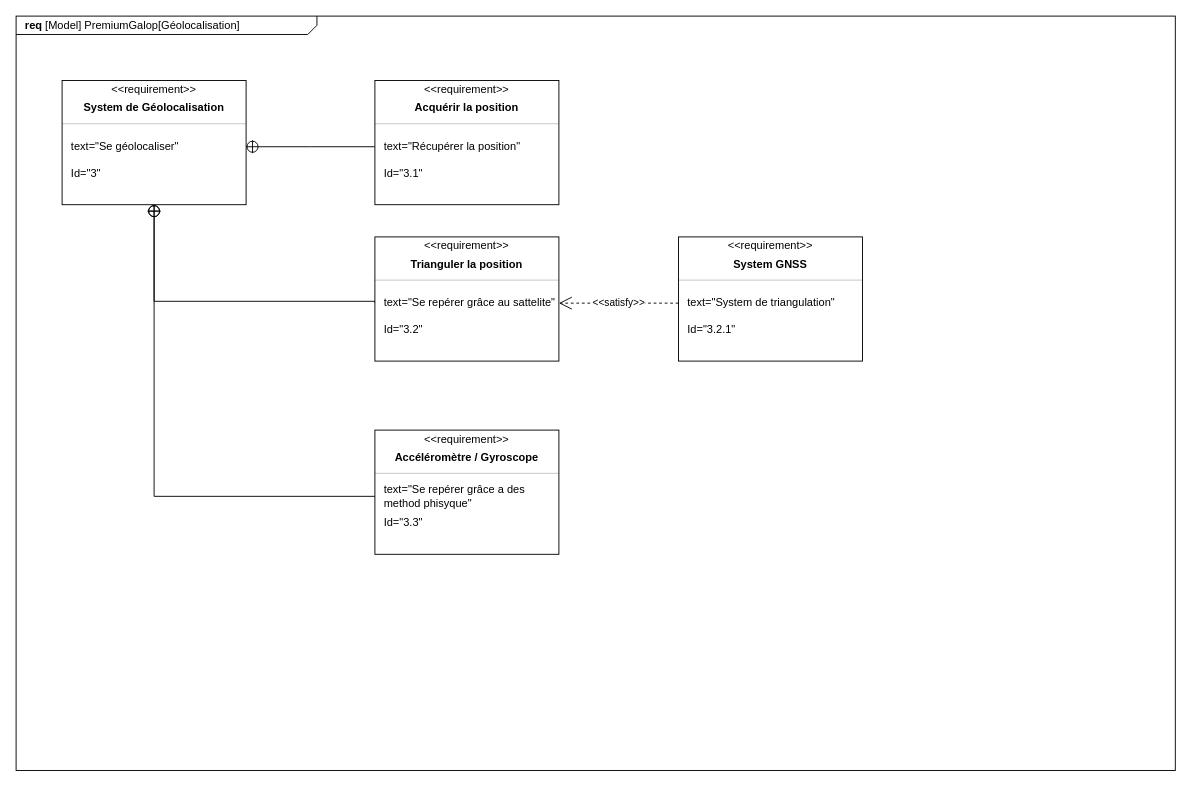
Earlier version of the draw.io diagram SYSML/Requirement/D-Requirement_Orientation-T1.drawio (ToGen49/Hippodrome). Source tidied: cells renumbered, new cells numbered last; positions are measured from the earlier drawing's top-left corner, leaving out a move shared by most shapes. Both pictures are drawn from the tidied source at 92%, with x=0, y=0 at pixel (16, 16).
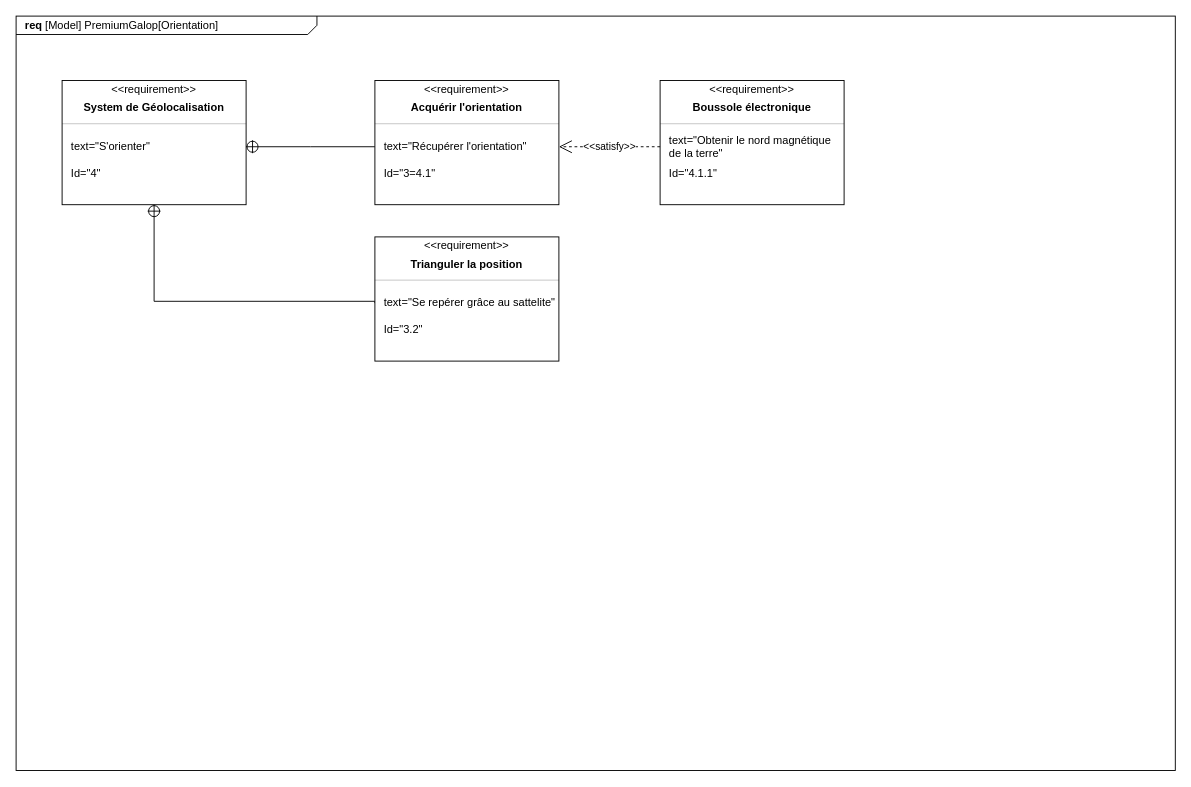
The same diagram, later.

Commit message:
Mettre à jour D-Requirement_Orientation-T1.drawio

The change refers to these unchanged cells:
```xml
<mxCell id="3" style="fontStyle=1;align=center;verticalAlign=middle;horizontal=1;" parent="1" vertex="1">
  <mxGeometry x="50" y="70" width="200" height="135" as="geometry" />
</mxCell>
<mxCell id="9" style="html=1;align=center;spacing=0;verticalAlign=middle;strokeColor=none;fillColor=none;whiteSpace=wrap;" parent="3" vertex="1">
  <mxGeometry y="109" width="200" height="26" as="geometry" />
</mxCell>
<mxCell id="12" style="fontStyle=1;align=center;verticalAlign=middle;horizontal=1;" parent="1" vertex="1">
  <mxGeometry x="390" y="70" width="200" height="135" as="geometry" />
</mxCell>
<mxCell id="23" value="text=&quot;Se repérer grâce au sattelite&quot;" style="html=1;align=left;spacing=0;verticalAlign=middle;strokeColor=none;fillColor=none;whiteSpace=wrap;spacingLeft=10;" parent="19" vertex="1">
  <mxGeometry y="51" width="200" height="42" as="geometry" />
</mxCell>
```

The edit, as a diff of the source:
```diff
@@
-    <mxCell id="2" value="&lt;p style=&quot;margin: 0px ; margin-top: 4px ; margin-left: 10px ; text-align: left&quot;&gt;&lt;b&gt;req&lt;/b&gt; [Model] PremiumGalop[Géolocalisation]&lt;/p&gt;" style="html=1;strokeWidth=1;shape=mxgraph.sysml.package;html=1;overflow=fill;whiteSpace=wrap;fillColor=none;gradientColor=none;fontSize=12;align=center;labelX=327.64;" parent="1" vertex="1">
+    <mxCell id="2" value="&lt;p style=&quot;margin: 0px ; margin-top: 4px ; margin-left: 10px ; text-align: left&quot;&gt;&lt;b&gt;req&lt;/b&gt; [Model] PremiumGalop[Orientation]&lt;/p&gt;" style="html=1;strokeWidth=1;shape=mxgraph.sysml.package;html=1;overflow=fill;whiteSpace=wrap;fillColor=none;gradientColor=none;fontSize=12;align=center;labelX=327.64;" parent="1" vertex="1">
       <mxGeometry width="1260" height="820" as="geometry" />
     </mxCell>
@@
-    <mxCell id="7" value="text=&quot;Se géolocaliser&quot;" style="html=1;align=left;spacing=0;verticalAlign=middle;strokeColor=none;fillColor=none;whiteSpace=wrap;spacingLeft=10;" parent="3" vertex="1">
+    <mxCell id="7" value="text=&quot;S'orienter&quot;" style="html=1;align=left;spacing=0;verticalAlign=middle;strokeColor=none;fillColor=none;whiteSpace=wrap;spacingLeft=10;" parent="3" vertex="1">
       <mxGeometry y="51" width="200" height="42" as="geometry" />
     </mxCell>
-    <mxCell id="8" value="Id=&quot;3&lt;span style=&quot;background-color: transparent; color: light-dark(rgb(0, 0, 0), rgb(255, 255, 255));&quot;&gt;&quot;&lt;/span&gt;" style="html=1;align=left;spacing=0;verticalAlign=middle;strokeColor=none;fillColor=none;whiteSpace=wrap;spacingLeft=10;" parent="3" vertex="1">
+    <mxCell id="8" value="Id=&quot;4&lt;span style=&quot;background-color: transparent; color: light-dark(rgb(0, 0, 0), rgb(255, 255, 255));&quot;&gt;&quot;&lt;/span&gt;" style="html=1;align=left;spacing=0;verticalAlign=middle;strokeColor=none;fillColor=none;whiteSpace=wrap;spacingLeft=10;" parent="3" vertex="1">
       <mxGeometry y="93" width="200" height="16" as="geometry" />
     </mxCell>
@@
-    <mxCell id="14" value="Acquérir la position" style="html=1;align=center;spacing=0;verticalAlign=middle;strokeColor=none;fillColor=none;whiteSpace=wrap;fontStyle=1;" parent="12" vertex="1">
+    <mxCell id="14" value="Acquérir l'orientation" style="html=1;align=center;spacing=0;verticalAlign=middle;strokeColor=none;fillColor=none;whiteSpace=wrap;fontStyle=1;" parent="12" vertex="1">
       <mxGeometry y="16" width="200" height="27" as="geometry" />
     </mxCell>
@@
-    <mxCell id="16" value="text=&quot;Récupérer la position&quot;" style="html=1;align=left;spacing=0;verticalAlign=middle;strokeColor=none;fillColor=none;whiteSpace=wrap;spacingLeft=10;" parent="12" vertex="1">
+    <mxCell id="16" value="text=&quot;Récupérer l'orientation&quot;" style="html=1;align=left;spacing=0;verticalAlign=middle;strokeColor=none;fillColor=none;whiteSpace=wrap;spacingLeft=10;" parent="12" vertex="1">
       <mxGeometry y="51" width="200" height="42" as="geometry" />
     </mxCell>
-    <mxCell id="17" value="Id=&quot;3.1&lt;span style=&quot;background-color: transparent; color: light-dark(rgb(0, 0, 0), rgb(255, 255, 255));&quot;&gt;&quot;&lt;/span&gt;" style="html=1;align=left;spacing=0;verticalAlign=middle;strokeColor=none;fillColor=none;whiteSpace=wrap;spacingLeft=10;" parent="12" vertex="1">
+    <mxCell id="17" value="Id=&quot;3=4.1&lt;span style=&quot;background-color: transparent; color: light-dark(rgb(0, 0, 0), rgb(255, 255, 255));&quot;&gt;&quot;&lt;/span&gt;" style="html=1;align=left;spacing=0;verticalAlign=middle;strokeColor=none;fillColor=none;whiteSpace=wrap;spacingLeft=10;" parent="12" vertex="1">
       <mxGeometry y="93" width="200" height="16" as="geometry" />
     </mxCell>
@@
-    <mxCell id="26" style="fontStyle=1;align=center;verticalAlign=middle;horizontal=1;" parent="1" vertex="1">
-      <mxGeometry x="720" y="240" width="200" height="135" as="geometry" />
-    </mxCell>
-    <mxCell id="27" value="&amp;lt;&amp;lt;requirement&amp;gt;&amp;gt;" style="html=1;align=center;spacing=0;verticalAlign=middle;strokeColor=none;fillColor=none;whiteSpace=wrap;spacingTop=3;" parent="26" vertex="1">
-      <mxGeometry width="200" height="16" as="geometry" />
-    </mxCell>
-    <mxCell id="28" value="System GNSS" style="html=1;align=center;spacing=0;verticalAlign=middle;strokeColor=none;fillColor=none;whiteSpace=wrap;fontStyle=1;" parent="26" vertex="1">
-      <mxGeometry y="16" width="200" height="27" as="geometry" />
-    </mxCell>
-    <mxCell id="29" style="line;strokeWidth=0.25;fillColor=none;align=left;verticalAlign=middle;spacingTop=-1;spacingLeft=3;spacingRight=3;labelPosition=right;" parent="26" vertex="1">
-      <mxGeometry y="43" width="200" height="8" as="geometry" />
-    </mxCell>
-    <mxCell id="30" value="text=&quot;System de triangulation&quot;" style="html=1;align=left;spacing=0;verticalAlign=middle;strokeColor=none;fillColor=none;whiteSpace=wrap;spacingLeft=10;" parent="26" vertex="1">
-      <mxGeometry y="51" width="200" height="42" as="geometry" />
-    </mxCell>
-    <mxCell id="31" value="Id=&quot;3.2.1&lt;span style=&quot;background-color: transparent; color: light-dark(rgb(0, 0, 0), rgb(255, 255, 255));&quot;&gt;&quot;&lt;/span&gt;" style="html=1;align=left;spacing=0;verticalAlign=middle;strokeColor=none;fillColor=none;whiteSpace=wrap;spacingLeft=10;" parent="26" vertex="1">
-      <mxGeometry y="93" width="200" height="16" as="geometry" />
-    </mxCell>
-    <mxCell id="32" style="html=1;align=center;spacing=0;verticalAlign=middle;strokeColor=none;fillColor=none;whiteSpace=wrap;" parent="26" vertex="1">
-      <mxGeometry y="109" width="200" height="26" as="geometry" />
-    </mxCell>
-    <mxCell id="33" style="fontStyle=1;align=center;verticalAlign=middle;horizontal=1;" parent="1" vertex="1">
-      <mxGeometry x="390" y="450" width="200" height="135" as="geometry" />
-    </mxCell>
-    <mxCell id="34" value="&amp;lt;&amp;lt;requirement&amp;gt;&amp;gt;" style="html=1;align=center;spacing=0;verticalAlign=middle;strokeColor=none;fillColor=none;whiteSpace=wrap;spacingTop=3;" parent="33" vertex="1">
-      <mxGeometry width="200" height="16" as="geometry" />
-    </mxCell>
-    <mxCell id="35" value="Accéléromètre / Gyroscope" style="html=1;align=center;spacing=0;verticalAlign=middle;strokeColor=none;fillColor=none;whiteSpace=wrap;fontStyle=1;" parent="33" vertex="1">
-      <mxGeometry y="16" width="200" height="27" as="geometry" />
-    </mxCell>
-    <mxCell id="36" style="line;strokeWidth=0.25;fillColor=none;align=left;verticalAlign=middle;spacingTop=-1;spacingLeft=3;spacingRight=3;labelPosition=right;" parent="33" vertex="1">
-      <mxGeometry y="43" width="200" height="8" as="geometry" />
-    </mxCell>
-    <mxCell id="37" value="text=&quot;Se repérer grâce a des method phisyque&quot;" style="html=1;align=left;spacing=0;verticalAlign=middle;strokeColor=none;fillColor=none;whiteSpace=wrap;spacingLeft=10;" parent="33" vertex="1">
-      <mxGeometry y="51" width="200" height="42" as="geometry" />
-    </mxCell>
-    <mxCell id="38" value="Id=&quot;3.3&lt;span style=&quot;background-color: transparent; color: light-dark(rgb(0, 0, 0), rgb(255, 255, 255));&quot;&gt;&quot;&lt;/span&gt;" style="html=1;align=left;spacing=0;verticalAlign=middle;strokeColor=none;fillColor=none;whiteSpace=wrap;spacingLeft=10;" parent="33" vertex="1">
-      <mxGeometry y="93" width="200" height="16" as="geometry" />
-    </mxCell>
-    <mxCell id="39" style="html=1;align=center;spacing=0;verticalAlign=middle;strokeColor=none;fillColor=none;whiteSpace=wrap;" parent="33" vertex="1">
-      <mxGeometry y="109" width="200" height="26" as="geometry" />
-    </mxCell>
-    <mxCell id="40" style="rounded=0;html=1;labelBackgroundColor=none;endArrow=none;edgeStyle=elbowEdgeStyle;elbow=vertical;startArrow=sysMLPackCont;startSize=12;exitX=0.5;exitY=1;exitDx=0;exitDy=0;entryX=0;entryY=0.5;entryDx=0;entryDy=0;" parent="1" edge="1" source="9" target="37">
-      <mxGeometry relative="1" as="geometry">
-        <Array as="points">
-          <mxPoint x="270" y="522" />
-        </Array>
-      </mxGeometry>
-    </mxCell>
+    <mxCell id="42" style="fontStyle=1;align=center;verticalAlign=middle;horizontal=1;" parent="1" vertex="1">
+      <mxGeometry x="700" y="70" width="200" height="135" as="geometry" />
+    </mxCell>
+    <mxCell id="43" value="&amp;lt;&amp;lt;requirement&amp;gt;&amp;gt;" style="html=1;align=center;spacing=0;verticalAlign=middle;strokeColor=none;fillColor=none;whiteSpace=wrap;spacingTop=3;" parent="42" vertex="1">
+      <mxGeometry width="200" height="16" as="geometry" />
+    </mxCell>
+    <mxCell id="44" value="Boussole électronique" style="html=1;align=center;spacing=0;verticalAlign=middle;strokeColor=none;fillColor=none;whiteSpace=wrap;fontStyle=1;" parent="42" vertex="1">
+      <mxGeometry y="16" width="200" height="27" as="geometry" />
+    </mxCell>
+    <mxCell id="45" style="line;strokeWidth=0.25;fillColor=none;align=left;verticalAlign=middle;spacingTop=-1;spacingLeft=3;spacingRight=3;labelPosition=right;" parent="42" vertex="1">
+      <mxGeometry y="43" width="200" height="8" as="geometry" />
+    </mxCell>
+    <mxCell id="46" value="text=&quot;Obtenir le nord magnétique de la terre&quot;" style="html=1;align=left;spacing=0;verticalAlign=middle;strokeColor=none;fillColor=none;whiteSpace=wrap;spacingLeft=10;" parent="42" vertex="1">
+      <mxGeometry y="51" width="200" height="42" as="geometry" />
+    </mxCell>
+    <mxCell id="47" value="Id=&quot;4.1.1&lt;span style=&quot;background-color: transparent; color: light-dark(rgb(0, 0, 0), rgb(255, 255, 255));&quot;&gt;&quot;&lt;/span&gt;" style="html=1;align=left;spacing=0;verticalAlign=middle;strokeColor=none;fillColor=none;whiteSpace=wrap;spacingLeft=10;" parent="42" vertex="1">
+      <mxGeometry y="93" width="200" height="16" as="geometry" />
+    </mxCell>
+    <mxCell id="48" style="html=1;align=center;spacing=0;verticalAlign=middle;strokeColor=none;fillColor=none;whiteSpace=wrap;" parent="42" vertex="1">
+      <mxGeometry y="109" width="200" height="26" as="geometry" />
+    </mxCell>
-    <mxCell id="41" value="&amp;lt;&amp;lt;satisfy&amp;gt;&amp;gt;" style="endArrow=open;edgeStyle=none;endSize=12;dashed=1;html=1;rounded=0;entryX=1;entryY=0.5;entryDx=0;entryDy=0;exitX=0;exitY=0.5;exitDx=0;exitDy=0;" parent="1" edge="1" source="30" target="23">
+    <mxCell id="41" value="&amp;lt;&amp;lt;satisfy&amp;gt;&amp;gt;" style="endArrow=open;edgeStyle=none;endSize=12;dashed=1;html=1;rounded=0;entryX=1;entryY=0.5;entryDx=0;entryDy=0;exitX=0;exitY=0.5;exitDx=0;exitDy=0;" parent="1" edge="1" source="46" target="16">
       <mxGeometry relative="1" as="geometry" />
     </mxCell>
```
